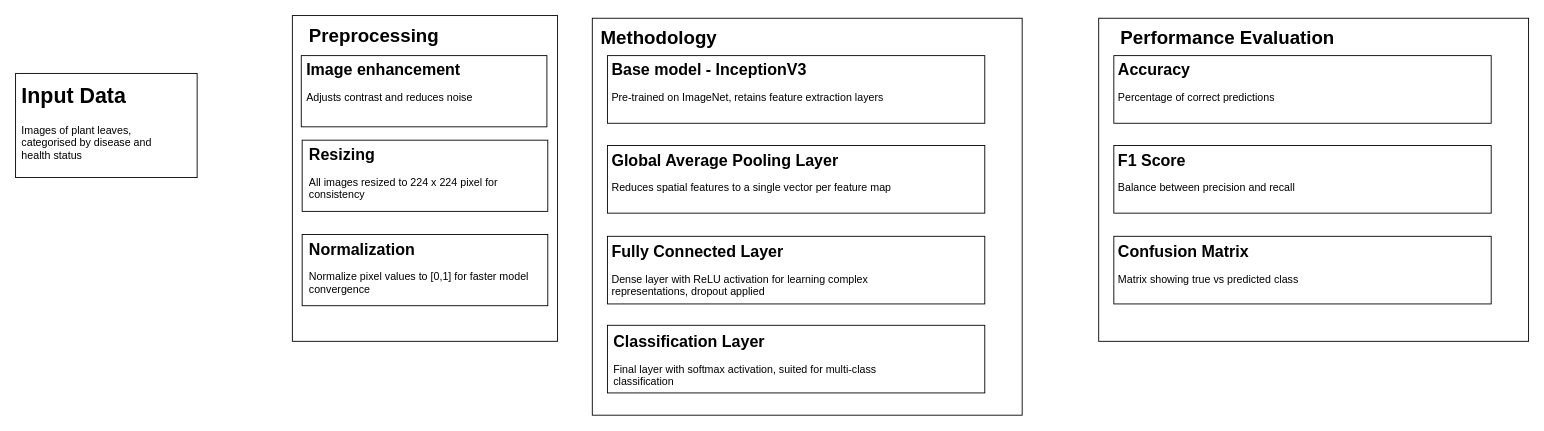
Before: Untitled Diagram.drawio in shambhavikn/cnn_coursera, a draw.io diagram. Source tidied: cells renumbered, new cells numbered last; positions are measured from the earlier drawing's top-left corner, leaving out a move shared by most shapes. Both pictures are drawn from the tidied source at 89%, with x=0, y=0 at pixel (15, 15).
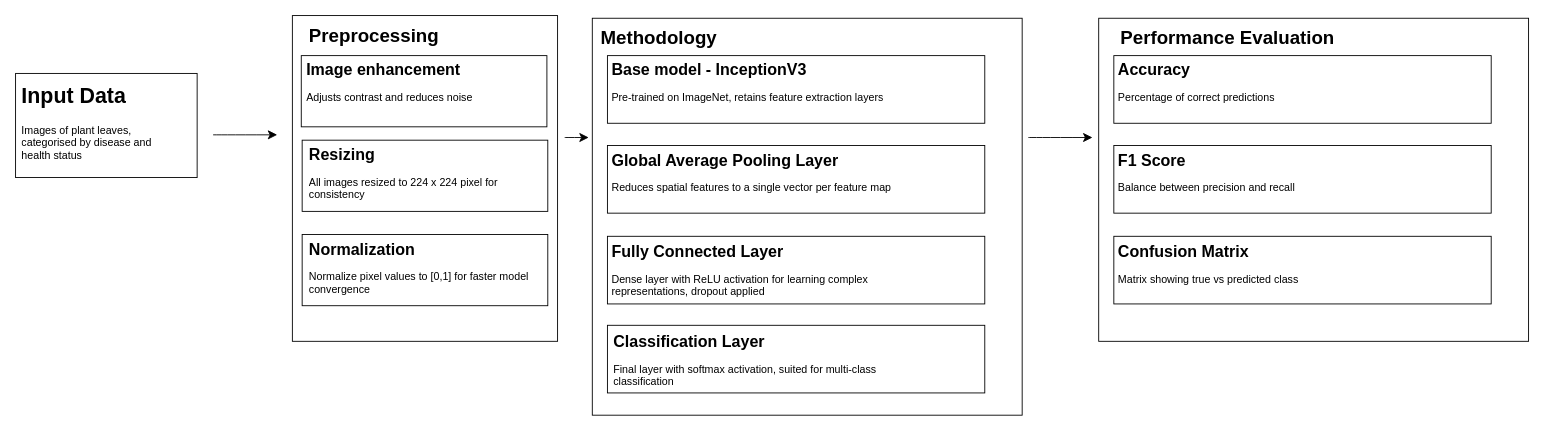
The same page after the edit.

The edit, as a diff of the source:
```diff
@@
+    <mxCell id="30" style="endArrow=classic;html=1;rounded=0;fontSize=12;startSize=8;endSize=8;curved=1;" parent="1" edge="1">
+      <mxGeometry relative="1" as="geometry">
+        <mxPoint x="222" y="134" as="sourcePoint" />
+        <mxPoint x="294" y="134" as="targetPoint" />
+      </mxGeometry>
+    </mxCell>
+    <mxCell id="31" style="endArrow=classic;html=1;rounded=0;fontSize=12;startSize=8;endSize=8;curved=1;" parent="1" edge="1">
+      <mxGeometry relative="1" as="geometry">
+        <mxPoint x="617" y="137" as="sourcePoint" />
+        <mxPoint x="644" y="137" as="targetPoint" />
+      </mxGeometry>
+    </mxCell>
+    <mxCell id="32" style="endArrow=classic;html=1;rounded=0;fontSize=12;startSize=8;endSize=8;curved=1;" parent="1" edge="1">
+      <mxGeometry relative="1" as="geometry">
+        <mxPoint x="1138" y="137" as="sourcePoint" />
+        <mxPoint x="1210" y="137" as="targetPoint" />
+      </mxGeometry>
+    </mxCell>
```
